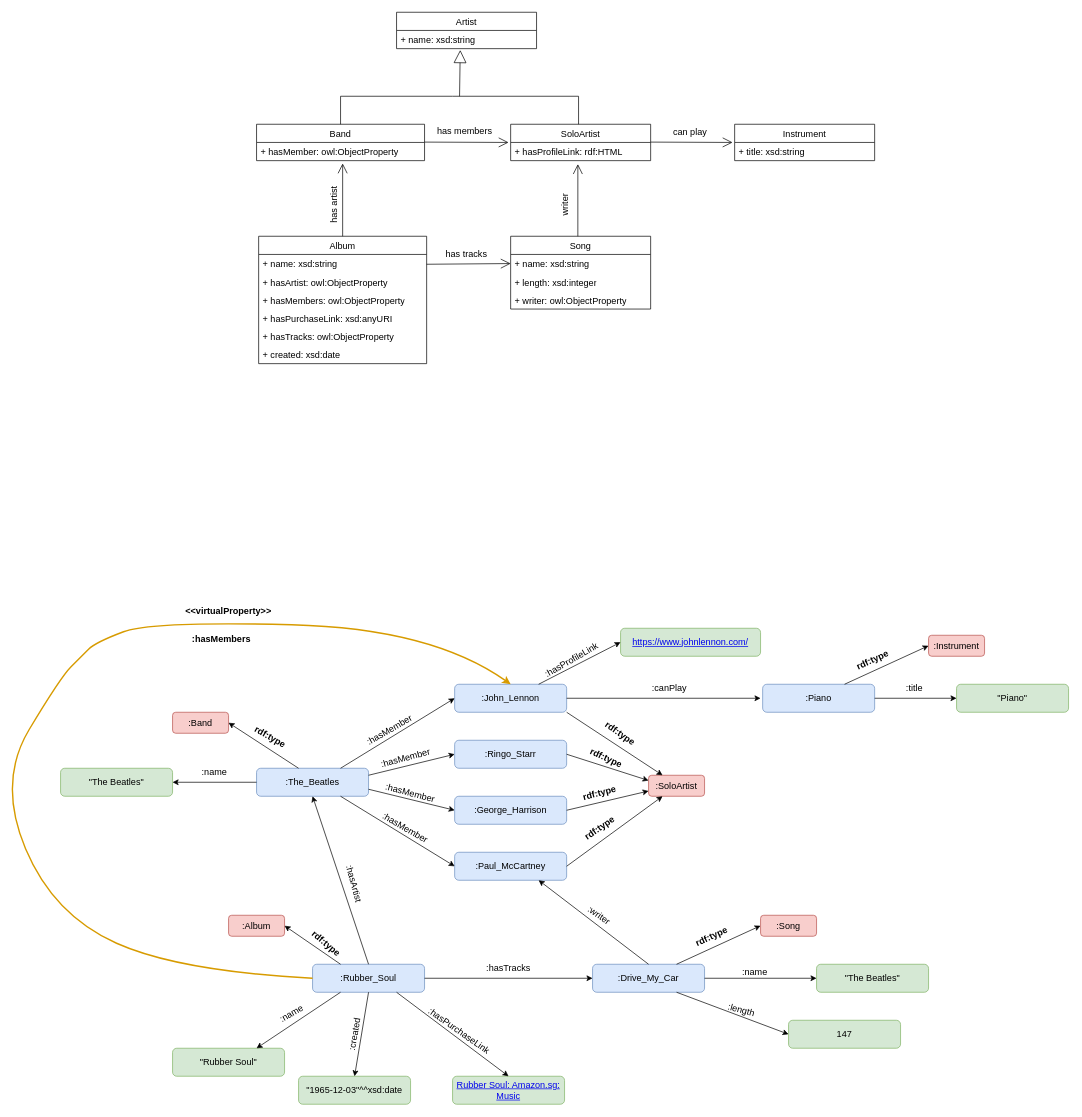
The draw.io diagram RDFMusicModel.drawio in tyk1hc/drawio, before the edit. Source tidied: cells renumbered, new cells numbered last; positions are measured from the earlier drawing's top-left corner, leaving out a move shared by most shapes. Both pictures are drawn from the tidied source at 70%, with x=0, y=0 at pixel (-3, 12).
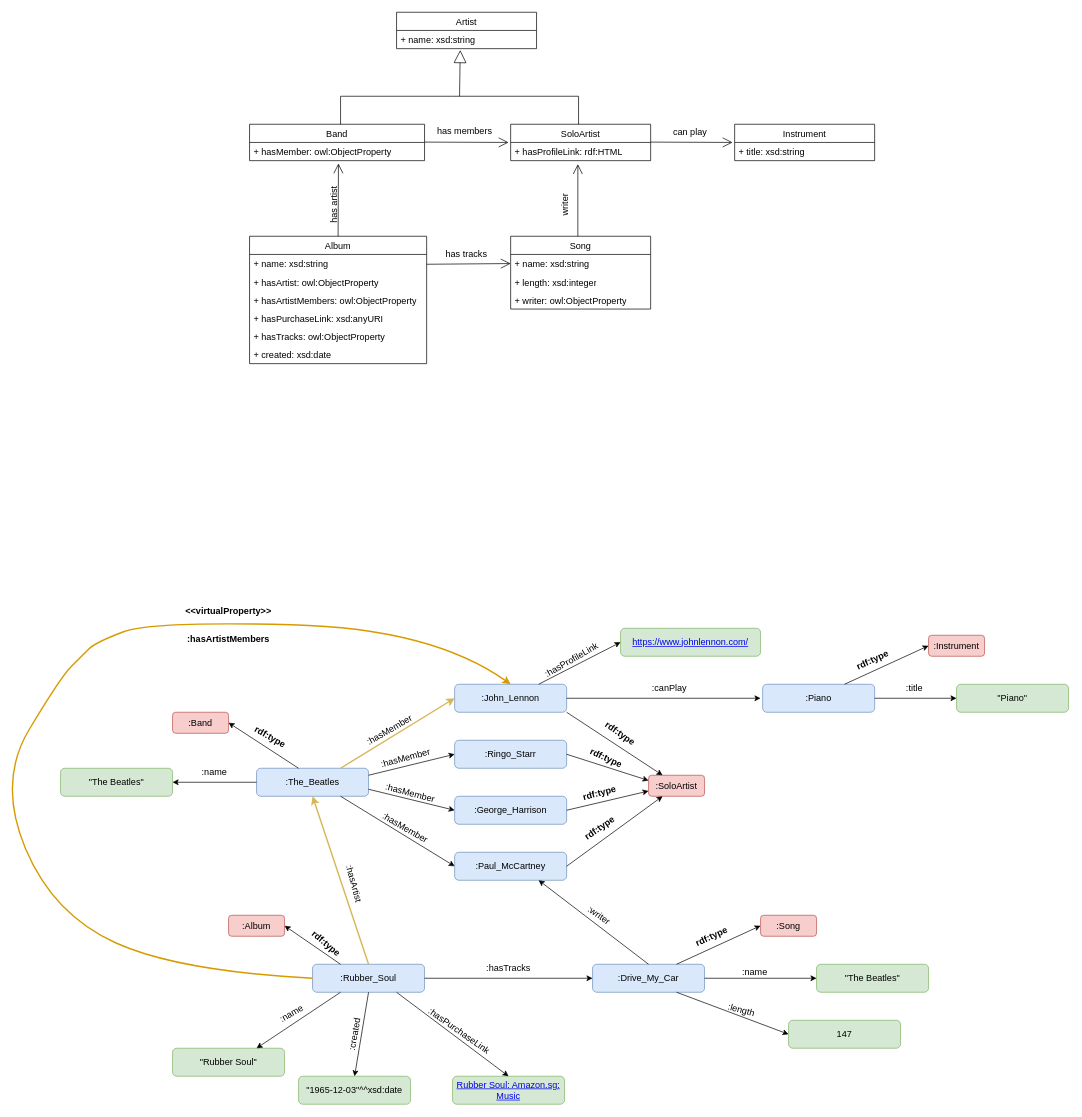
The same page after the edit.

The change refers to these unchanged cells:
```xml
<mxCell id="28" value="&lt;font style=&quot;font-size: 13px;&quot;&gt;:The_Beatles&lt;/font&gt;" style="rounded=1;whiteSpace=wrap;html=1;fillColor=#dae8fc;strokeColor=#6c8ebf;" parent="1" vertex="1">
  <mxGeometry x="370" y="1080" width="160" height="40" as="geometry" />
</mxCell>
<mxCell id="37" value="&lt;font style=&quot;font-size: 13px;&quot;&gt;:Rubber_Soul&lt;/font&gt;" style="rounded=1;whiteSpace=wrap;html=1;fillColor=#dae8fc;strokeColor=#6c8ebf;" parent="1" vertex="1">
  <mxGeometry x="450" y="1360" width="160" height="40" as="geometry" />
</mxCell>
<mxCell id="41" value="&lt;font style=&quot;font-size: 13px;&quot;&gt;:John_Lennon&lt;/font&gt;" style="rounded=1;whiteSpace=wrap;html=1;fillColor=#dae8fc;strokeColor=#6c8ebf;" parent="1" vertex="1">
  <mxGeometry x="653" y="960" width="160" height="40" as="geometry" />
</mxCell>
```

The edit, as a diff of the source:
```diff
@@
     <mxCell id="4" value="&lt;font&gt;Band&lt;/font&gt;" style="swimlane;fontStyle=0;horizontal=1;startSize=26;fillColor=none;whiteSpace=wrap;html=1;fontSize=13;" parent="1" vertex="1">
-      <mxGeometry x="370" y="160" width="240" height="52" as="geometry" />
+      <mxGeometry x="360" y="160" width="250" height="52" as="geometry" />
     </mxCell>
     <mxCell id="5" value="&lt;font&gt;+ hasMember: owl:ObjectProperty&lt;/font&gt;" style="text;strokeColor=none;fillColor=none;align=left;verticalAlign=top;spacingLeft=4;spacingRight=4;overflow=hidden;whiteSpace=wrap;html=1;fontSize=13;" parent="4" vertex="1">
-      <mxGeometry y="26" width="240" height="26" as="geometry" />
+      <mxGeometry y="26" width="250" height="26" as="geometry" />
     </mxCell>
@@
     <mxCell id="8" value="&lt;font&gt;Album&lt;/font&gt;" style="swimlane;fontStyle=0;horizontal=1;startSize=26;fillColor=none;whiteSpace=wrap;html=1;fontSize=13;" parent="1" vertex="1">
-      <mxGeometry x="373" y="320" width="240" height="182" as="geometry" />
+      <mxGeometry x="360" y="320" width="253" height="182" as="geometry" />
     </mxCell>
     <mxCell id="9" value="&lt;font&gt;+ name: xsd:string&lt;/font&gt;" style="text;strokeColor=none;fillColor=none;align=left;verticalAlign=top;spacingLeft=4;spacingRight=4;overflow=hidden;whiteSpace=wrap;html=1;fontSize=13;" parent="8" vertex="1">
-      <mxGeometry y="26" width="240" height="26" as="geometry" />
+      <mxGeometry y="26" width="253" height="26" as="geometry" />
     </mxCell>
     <mxCell id="10" value="&lt;font&gt;+ hasArtist: owl:ObjectProperty&lt;/font&gt;" style="text;strokeColor=none;fillColor=none;align=left;verticalAlign=top;spacingLeft=4;spacingRight=4;overflow=hidden;whiteSpace=wrap;html=1;fontSize=13;" parent="8" vertex="1">
-      <mxGeometry y="52" width="240" height="26" as="geometry" />
+      <mxGeometry y="52" width="253" height="26" as="geometry" />
     </mxCell>
-    <mxCell id="11" value="&lt;font&gt;+ hasMembers: owl:ObjectProperty&lt;/font&gt;" style="text;strokeColor=none;fillColor=none;align=left;verticalAlign=top;spacingLeft=4;spacingRight=4;overflow=hidden;whiteSpace=wrap;html=1;fontSize=13;" parent="8" vertex="1">
-      <mxGeometry y="78" width="240" height="26" as="geometry" />
+    <mxCell id="11" value="&lt;font&gt;+ hasArtistMembers: owl:ObjectProperty&lt;/font&gt;" style="text;strokeColor=none;fillColor=none;align=left;verticalAlign=top;spacingLeft=4;spacingRight=4;overflow=hidden;whiteSpace=wrap;html=1;fontSize=13;" parent="8" vertex="1">
+      <mxGeometry y="78" width="253" height="26" as="geometry" />
     </mxCell>
     <mxCell id="12" value="&lt;font&gt;+ hasPurchaseLink: xsd:anyURI&lt;/font&gt;" style="text;strokeColor=none;fillColor=none;align=left;verticalAlign=top;spacingLeft=4;spacingRight=4;overflow=hidden;whiteSpace=wrap;html=1;fontSize=13;" parent="8" vertex="1">
-      <mxGeometry y="104" width="240" height="26" as="geometry" />
+      <mxGeometry y="104" width="253" height="26" as="geometry" />
     </mxCell>
     <mxCell id="13" value="&lt;font&gt;+ hasTracks: owl:ObjectProperty&lt;/font&gt;" style="text;strokeColor=none;fillColor=none;align=left;verticalAlign=top;spacingLeft=4;spacingRight=4;overflow=hidden;whiteSpace=wrap;html=1;fontSize=13;" parent="8" vertex="1">
-      <mxGeometry y="130" width="240" height="26" as="geometry" />
+      <mxGeometry y="130" width="253" height="26" as="geometry" />
     </mxCell>
     <mxCell id="14" value="&lt;font&gt;+ created: xsd:date&lt;/font&gt;" style="text;strokeColor=none;fillColor=none;align=left;verticalAlign=top;spacingLeft=4;spacingRight=4;overflow=hidden;whiteSpace=wrap;html=1;fontSize=13;" parent="8" vertex="1">
-      <mxGeometry y="156" width="240" height="26" as="geometry" />
+      <mxGeometry y="156" width="253" height="26" as="geometry" />
     </mxCell>
@@
     <mxCell id="26" style="endArrow=open;endFill=1;endSize=12;html=1;rounded=0;exitX=0.5;exitY=0;exitDx=0;exitDy=0;fontSize=13;" parent="1" edge="1" source="8">
       <mxGeometry relative="1" as="geometry">
-        <mxPoint x="493" y="216" as="targetPoint" />
+        <mxPoint x="487" y="216" as="targetPoint" />
       </mxGeometry>
     </mxCell>
@@
-    <mxCell id="38" style="endArrow=classic;html=1;rounded=0;entryX=0.5;entryY=1;entryDx=0;entryDy=0;exitX=0.5;exitY=0;exitDx=0;exitDy=0;" parent="1" edge="1" source="37" target="28">
+    <mxCell id="38" style="endArrow=classic;html=1;rounded=0;entryX=0.5;entryY=1;entryDx=0;entryDy=0;exitX=0.5;exitY=0;exitDx=0;exitDy=0;strokeWidth=2;fillColor=#fff2cc;strokeColor=#d6b656;" parent="1" edge="1" source="37" target="28">
       <mxGeometry relative="1" as="geometry" />
     </mxCell>
@@
-    <mxCell id="45" style="endArrow=classic;html=1;rounded=0;entryX=0;entryY=0.5;entryDx=0;entryDy=0;exitX=0.75;exitY=0;exitDx=0;exitDy=0;" parent="1" edge="1" source="28" target="41">
+    <mxCell id="45" style="endArrow=classic;html=1;rounded=0;entryX=0;entryY=0.5;entryDx=0;entryDy=0;exitX=0.75;exitY=0;exitDx=0;exitDy=0;strokeWidth=2;fillColor=#fff2cc;strokeColor=#d6b656;" parent="1" edge="1" source="28" target="41">
       <mxGeometry relative="1" as="geometry" />
     </mxCell>
@@
-    <mxCell id="96" value="&lt;b&gt;:hasMembers&lt;/b&gt;" style="text;html=1;align=center;verticalAlign=middle;whiteSpace=wrap;rounded=0;fontSize=13;" parent="1" vertex="1">
-      <mxGeometry x="290" y="880" width="60" height="30" as="geometry" />
+    <mxCell id="96" value="&lt;b&gt;:hasArtistMembers&lt;/b&gt;" style="text;html=1;align=center;verticalAlign=middle;whiteSpace=wrap;rounded=0;fontSize=13;" parent="1" vertex="1">
+      <mxGeometry x="300" y="880" width="60" height="30" as="geometry" />
     </mxCell>
```
